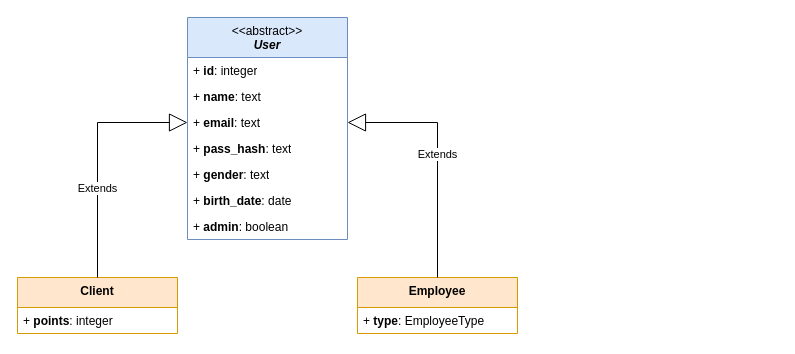
Above: editables/data-models-mypastry-P.D.W.drawio in Joaquim-Claudio/MyPastry_PROJETO-WEB-2023-2024 (draw.io), before the change. Source tidied: cells renumbered, new cells numbered last; positions are measured from the earlier drawing's top-left corner, leaving out a move shared by most shapes. Both pictures are drawn from the tidied source at 100%, with x=0, y=0 at pixel (17, 17).
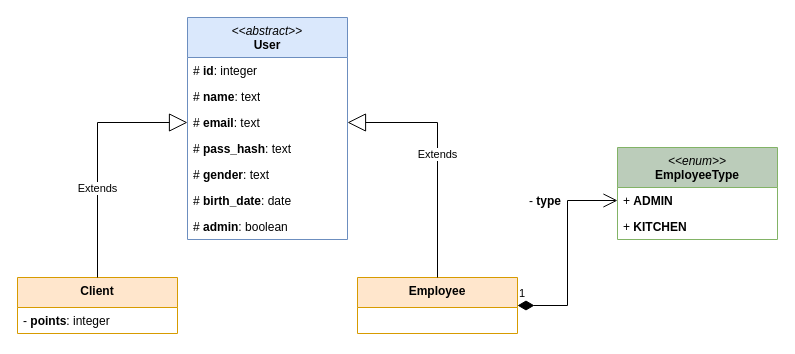
The same diagram, later.

The change refers to these unchanged cells:
```xml
<mxCell id="10" value="Client" style="swimlane;fontStyle=1;align=center;verticalAlign=top;horizontal=1;startSize=30;whiteSpace=wrap;html=1;fillColor=#ffe6cc;strokeColor=#d79b00;" parent="1" vertex="1">
  <mxGeometry y="260" width="160" height="56" as="geometry" />
</mxCell>
<mxCell id="12" value="Employee" style="swimlane;fontStyle=1;align=center;verticalAlign=top;horizontal=1;startSize=30;whiteSpace=wrap;html=1;fillColor=#ffe6cc;strokeColor=#d79b00;" parent="1" vertex="1">
  <mxGeometry x="340" y="260" width="160" height="56" as="geometry" />
</mxCell>
```

The edit, as a diff of the source:
```diff
@@
-    <mxCell id="2" value="&lt;div&gt;&lt;span style=&quot;font-weight: normal;&quot;&gt;&amp;lt;&amp;lt;abstract&amp;gt;&amp;gt;&lt;/span&gt;&lt;/div&gt;&lt;i&gt;User&lt;/i&gt;" style="swimlane;fontStyle=1;align=center;verticalAlign=top;horizontal=1;startSize=40;whiteSpace=wrap;html=1;fillColor=#dae8fc;strokeColor=#6c8ebf;" parent="1" vertex="1">
+    <mxCell id="2" value="&lt;div&gt;&lt;span style=&quot;font-weight: normal;&quot;&gt;&amp;lt;&amp;lt;&lt;i&gt;abstract&lt;/i&gt;&amp;gt;&amp;gt;&lt;/span&gt;&lt;/div&gt;User" style="swimlane;fontStyle=1;align=center;verticalAlign=top;horizontal=1;startSize=40;whiteSpace=wrap;html=1;fillColor=#dae8fc;strokeColor=#6c8ebf;" parent="1" vertex="1">
       <mxGeometry x="170" width="160" height="222" as="geometry" />
     </mxCell>
-    <mxCell id="3" value="+ &lt;b&gt;id&lt;/b&gt;: integer" style="text;strokeColor=none;fillColor=none;align=left;verticalAlign=top;spacingLeft=4;spacingRight=4;overflow=hidden;whiteSpace=wrap;html=1;" parent="2" vertex="1">
+    <mxCell id="3" value="#&amp;nbsp;&lt;b&gt;id&lt;/b&gt;: integer" style="text;strokeColor=none;fillColor=none;align=left;verticalAlign=top;spacingLeft=4;spacingRight=4;overflow=hidden;whiteSpace=wrap;html=1;" parent="2" vertex="1">
       <mxGeometry y="40" width="160" height="26" as="geometry" />
     </mxCell>
-    <mxCell id="4" value="+ &lt;b&gt;name&lt;/b&gt;: text" style="text;strokeColor=none;fillColor=none;align=left;verticalAlign=top;spacingLeft=4;spacingRight=4;overflow=hidden;whiteSpace=wrap;html=1;" parent="2" vertex="1">
+    <mxCell id="4" value="#&amp;nbsp;&lt;b&gt;name&lt;/b&gt;: text" style="text;strokeColor=none;fillColor=none;align=left;verticalAlign=top;spacingLeft=4;spacingRight=4;overflow=hidden;whiteSpace=wrap;html=1;" parent="2" vertex="1">
       <mxGeometry y="66" width="160" height="26" as="geometry" />
     </mxCell>
-    <mxCell id="5" value="+ &lt;b&gt;email&lt;/b&gt;: text" style="text;strokeColor=none;fillColor=none;align=left;verticalAlign=top;spacingLeft=4;spacingRight=4;overflow=hidden;points=[[0,0.5],[1,0.5]];portConstraint=eastwest;whiteSpace=wrap;html=1;" parent="2" vertex="1">
+    <mxCell id="5" value="#&amp;nbsp;&lt;b&gt;email&lt;/b&gt;: text" style="text;strokeColor=none;fillColor=none;align=left;verticalAlign=top;spacingLeft=4;spacingRight=4;overflow=hidden;points=[[0,0.5],[1,0.5]];portConstraint=eastwest;whiteSpace=wrap;html=1;" parent="2" vertex="1">
       <mxGeometry y="92" width="160" height="26" as="geometry" />
     </mxCell>
-    <mxCell id="6" value="+ &lt;b&gt;pass_hash&lt;/b&gt;: text" style="text;strokeColor=none;fillColor=none;align=left;verticalAlign=top;spacingLeft=4;spacingRight=4;overflow=hidden;whiteSpace=wrap;html=1;" parent="2" vertex="1">
+    <mxCell id="6" value="#&amp;nbsp;&lt;b&gt;pass_hash&lt;/b&gt;: text" style="text;strokeColor=none;fillColor=none;align=left;verticalAlign=top;spacingLeft=4;spacingRight=4;overflow=hidden;whiteSpace=wrap;html=1;" parent="2" vertex="1">
       <mxGeometry y="118" width="160" height="26" as="geometry" />
     </mxCell>
-    <mxCell id="7" value="+ &lt;b&gt;gender&lt;/b&gt;: text" style="text;strokeColor=none;fillColor=none;align=left;verticalAlign=top;spacingLeft=4;spacingRight=4;overflow=hidden;whiteSpace=wrap;html=1;" parent="2" vertex="1">
+    <mxCell id="7" value="#&amp;nbsp;&lt;b&gt;gender&lt;/b&gt;: text" style="text;strokeColor=none;fillColor=none;align=left;verticalAlign=top;spacingLeft=4;spacingRight=4;overflow=hidden;whiteSpace=wrap;html=1;" parent="2" vertex="1">
       <mxGeometry y="144" width="160" height="26" as="geometry" />
     </mxCell>
-    <mxCell id="8" value="+ &lt;b&gt;birth_date&lt;/b&gt;: date" style="text;strokeColor=none;fillColor=none;align=left;verticalAlign=top;spacingLeft=4;spacingRight=4;overflow=hidden;whiteSpace=wrap;html=1;" parent="2" vertex="1">
+    <mxCell id="8" value="#&amp;nbsp;&lt;b&gt;birth_date&lt;/b&gt;: date" style="text;strokeColor=none;fillColor=none;align=left;verticalAlign=top;spacingLeft=4;spacingRight=4;overflow=hidden;whiteSpace=wrap;html=1;" parent="2" vertex="1">
       <mxGeometry y="170" width="160" height="26" as="geometry" />
     </mxCell>
-    <mxCell id="9" value="+ &lt;b&gt;admin&lt;/b&gt;: boolean" style="text;strokeColor=none;fillColor=none;align=left;verticalAlign=top;spacingLeft=4;spacingRight=4;overflow=hidden;whiteSpace=wrap;html=1;" parent="2" vertex="1">
+    <mxCell id="9" value="#&amp;nbsp;&lt;b&gt;admin&lt;/b&gt;: boolean" style="text;strokeColor=none;fillColor=none;align=left;verticalAlign=top;spacingLeft=4;spacingRight=4;overflow=hidden;whiteSpace=wrap;html=1;" parent="2" vertex="1">
       <mxGeometry y="196" width="160" height="26" as="geometry" />
     </mxCell>
@@
-    <mxCell id="11" value="+ &lt;b&gt;points&lt;/b&gt;: integer" style="text;strokeColor=none;fillColor=none;align=left;verticalAlign=top;spacingLeft=4;spacingRight=4;overflow=hidden;whiteSpace=wrap;html=1;" parent="10" vertex="1">
+    <mxCell id="11" value="-&amp;nbsp;&lt;b&gt;points&lt;/b&gt;: integer" style="text;strokeColor=none;fillColor=none;align=left;verticalAlign=top;spacingLeft=4;spacingRight=4;overflow=hidden;whiteSpace=wrap;html=1;" parent="10" vertex="1">
       <mxGeometry y="30" width="160" height="26" as="geometry" />
     </mxCell>
@@
-    <mxCell id="13" value="+ &lt;b&gt;type&lt;/b&gt;: EmployeeType" style="text;strokeColor=none;fillColor=none;align=left;verticalAlign=top;spacingLeft=4;spacingRight=4;overflow=hidden;whiteSpace=wrap;html=1;" parent="12" vertex="1">
-      <mxGeometry y="30" width="160" height="26" as="geometry" />
-    </mxCell>
@@
+    <mxCell id="16" value="&lt;div&gt;&lt;i style=&quot;font-weight: normal;&quot;&gt;&amp;lt;&amp;lt;enum&amp;gt;&amp;gt;&lt;/i&gt;&lt;/div&gt;EmployeeType" style="swimlane;fontStyle=1;align=center;verticalAlign=top;horizontal=1;startSize=40;whiteSpace=wrap;html=1;fillColor=#BBCCBA;strokeColor=#82b366;" parent="1" vertex="1">
+      <mxGeometry x="600" y="130" width="160" height="92" as="geometry" />
+    </mxCell>
+    <mxCell id="17" value="+ &lt;b&gt;ADMIN&lt;/b&gt;" style="text;strokeColor=none;fillColor=none;align=left;verticalAlign=top;spacingLeft=4;spacingRight=4;overflow=hidden;points=[[0,0.5],[1,0.5]];portConstraint=eastwest;whiteSpace=wrap;html=1;" parent="16" vertex="1">
+      <mxGeometry y="40" width="160" height="26" as="geometry" />
+    </mxCell>
+    <mxCell id="18" value="+ &lt;b&gt;KITCHEN&lt;/b&gt;" style="text;strokeColor=none;fillColor=none;align=left;verticalAlign=top;spacingLeft=4;spacingRight=4;overflow=hidden;whiteSpace=wrap;html=1;" parent="16" vertex="1">
+      <mxGeometry y="66" width="160" height="26" as="geometry" />
+    </mxCell>
+    <mxCell id="19" value="1" style="endArrow=open;html=1;endSize=12;startArrow=diamondThin;startSize=14;startFill=1;edgeStyle=orthogonalEdgeStyle;align=left;verticalAlign=bottom;rounded=0;exitX=1;exitY=0.5;exitDx=0;exitDy=0;entryX=0;entryY=0.5;entryDx=0;entryDy=0;" parent="1" edge="1" source="12" target="17">
+      <mxGeometry x="-1" y="3" relative="1" as="geometry" />
+    </mxCell>
+    <mxCell id="20" value="- &lt;b&gt;type&lt;/b&gt;" style="text;strokeColor=none;fillColor=none;align=left;verticalAlign=top;spacingLeft=4;spacingRight=4;overflow=hidden;whiteSpace=wrap;html=1;" parent="1" vertex="1">
+      <mxGeometry x="506" y="170" width="60" height="26" as="geometry" />
+    </mxCell>
```
